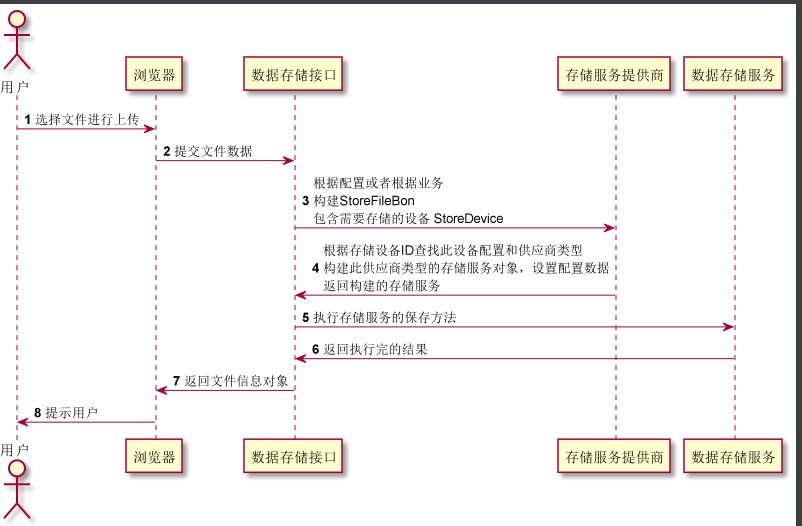
This is doc/images/flowerpot-storage-data-process.png from mrhanhan/flowerpot, a PlantUML export, as it was before one commit. Its source is kept beside it as doc/service/flowerpot-storage-data-process.puml.
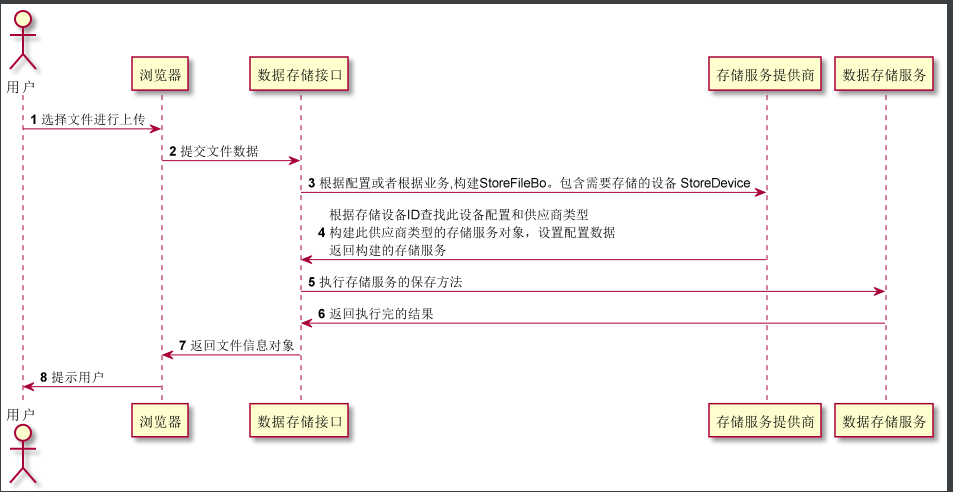
Later version of the same file.

Diff of the diagram source:
```diff
@@ -10,7 +10,7 @@
 
 U -> B: 选择文件进行上传
 B -> I: 提交文件数据
-I -> S: 根据配置或者根据业务\n构建StoreFileBon\n包含需要存储的设备 StoreDevice
+I -> S: 根据配置或者根据业务,构建StoreFileBo。包含需要存储的设备 StoreDevice
 S -> I: 根据存储设备ID查找此设备配置和供应商类型\n构建此供应商类型的存储服务对象，设置配置数据\n返回构建的存储服务
 I -> D: 执行存储服务的保存方法
 D -> I: 返回执行完的结果
```
